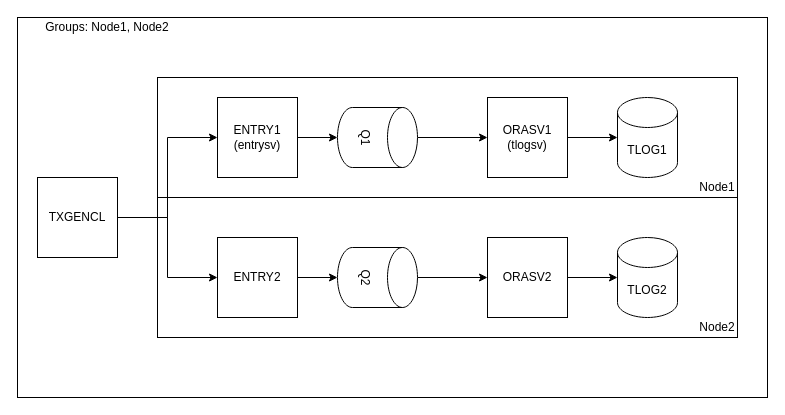
Before: doc/program.drawio in endurox-dev/tuxapp, a draw.io diagram. Source tidied: cells renumbered, new cells numbered last; positions are measured from the earlier drawing's top-left corner, leaving out a move shared by most shapes. Both pictures are drawn from the tidied source at 100%, with x=0, y=0 at pixel (17, 17).
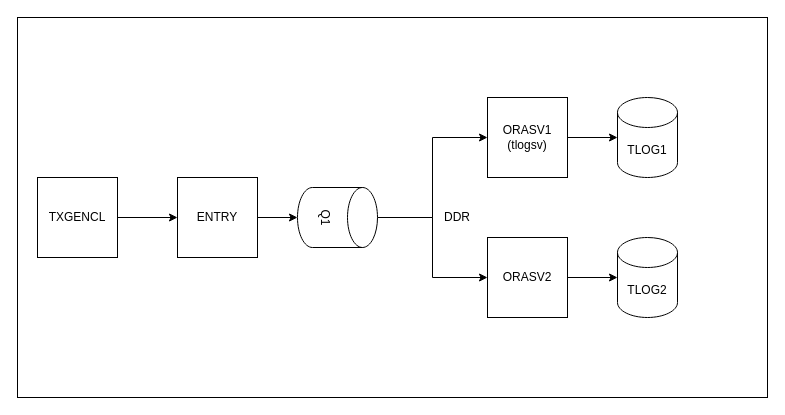
After the change.

Unchanged cells that the change refers to:
```xml
<mxCell id="7" value="TXGENCL" style="whiteSpace=wrap;html=1;" parent="1" vertex="1">
  <mxGeometry x="20" y="160" width="80" height="80" as="geometry" />
</mxCell>
<mxCell id="19" value="ORASV2" style="whiteSpace=wrap;html=1;" parent="1" vertex="1">
  <mxGeometry x="470" y="220" width="80" height="80" as="geometry" />
</mxCell>
```

The edit, as a diff of the source:
```diff
@@
-    <mxCell id="3" style="rounded=0;whiteSpace=wrap;html=1;" parent="1" vertex="1">
-      <mxGeometry x="140" y="60" width="580" height="140" as="geometry" />
-    </mxCell>
-    <mxCell id="4" style="rounded=0;whiteSpace=wrap;html=1;" parent="1" vertex="1">
-      <mxGeometry x="140" y="180" width="580" height="140" as="geometry" />
-    </mxCell>
-    <mxCell id="5" style="edgeStyle=orthogonalEdgeStyle;rounded=0;jettySize=auto;html=1;entryX=0;entryY=0.5;entryDx=0;entryDy=0;" parent="1" edge="1" source="7" target="9">
-      <mxGeometry relative="1" as="geometry" />
-    </mxCell>
-    <mxCell id="6" style="edgeStyle=orthogonalEdgeStyle;rounded=0;jettySize=auto;html=1;entryX=0;entryY=0.5;entryDx=0;entryDy=0;" parent="1" edge="1" source="7" target="11">
+    <mxCell id="6" style="edgeStyle=orthogonalEdgeStyle;rounded=0;jettySize=auto;html=1;entryX=0;entryY=0.5;entryDx=0;entryDy=0;" parent="1" edge="1" source="7" target="27">
       <mxGeometry relative="1" as="geometry" />
     </mxCell>
@@
-    <mxCell id="8" style="edgeStyle=orthogonalEdgeStyle;rounded=0;jettySize=auto;html=1;exitX=1;exitY=0.5;exitDx=0;exitDy=0;entryX=0.5;entryY=1;entryDx=0;entryDy=0;entryPerimeter=0;" parent="1" edge="1" source="9" target="15">
-      <mxGeometry relative="1" as="geometry" />
-    </mxCell>
-    <mxCell id="9" value="ENTRY1&lt;br&gt;(entrysv)" style="whiteSpace=wrap;html=1;" parent="1" vertex="1">
-      <mxGeometry x="200" y="80" width="80" height="80" as="geometry" />
-    </mxCell>
-    <mxCell id="10" style="edgeStyle=orthogonalEdgeStyle;rounded=0;jettySize=auto;html=1;" parent="1" edge="1" source="11" target="13">
-      <mxGeometry relative="1" as="geometry" />
-    </mxCell>
-    <mxCell id="11" value="ENTRY2" style="whiteSpace=wrap;html=1;" parent="1" vertex="1">
-      <mxGeometry x="200" y="220" width="80" height="80" as="geometry" />
-    </mxCell>
-    <mxCell id="12" style="edgeStyle=orthogonalEdgeStyle;rounded=0;jettySize=auto;html=1;exitX=0.5;exitY=0;exitDx=0;exitDy=0;exitPerimeter=0;" parent="1" edge="1" source="13" target="19">
+    <mxCell id="12" style="edgeStyle=orthogonalEdgeStyle;rounded=0;jettySize=auto;html=1;exitX=0.5;exitY=0;exitDx=0;exitDy=0;exitPerimeter=0;" parent="1" edge="1" source="15" target="19">
       <mxGeometry relative="1" as="geometry" />
     </mxCell>
-    <mxCell id="13" value="Q2" style="shape=cylinder3;whiteSpace=wrap;html=1;boundedLbl=1;backgroundOutline=1;size=15;rotation=90;" parent="1" vertex="1">
-      <mxGeometry x="330" y="220" width="60" height="80" as="geometry" />
-    </mxCell>
@@
     <mxCell id="15" value="Q1" style="shape=cylinder3;whiteSpace=wrap;html=1;boundedLbl=1;backgroundOutline=1;size=15;rotation=90;" parent="1" vertex="1">
-      <mxGeometry x="330" y="80" width="60" height="80" as="geometry" />
+      <mxGeometry x="290" y="160" width="60" height="80" as="geometry" />
     </mxCell>
@@
-    <mxCell id="22" value="Groups: Node1, Node2" style="text;html=1;strokeColor=none;fillColor=none;align=center;verticalAlign=middle;whiteSpace=wrap;rounded=0;" parent="1" vertex="1">
-      <mxGeometry width="180" height="20" as="geometry" />
-    </mxCell>
-    <mxCell id="23" value="Node1" style="text;html=1;strokeColor=none;fillColor=none;align=center;verticalAlign=middle;whiteSpace=wrap;rounded=0;" parent="1" vertex="1">
-      <mxGeometry x="680" y="160" width="40" height="20" as="geometry" />
-    </mxCell>
-    <mxCell id="24" value="Node2" style="text;html=1;strokeColor=none;fillColor=none;align=center;verticalAlign=middle;whiteSpace=wrap;rounded=0;" parent="1" vertex="1">
-      <mxGeometry x="680" y="300" width="40" height="20" as="geometry" />
-    </mxCell>
+    <mxCell id="25" value="DDR" style="text;html=1;strokeColor=none;fillColor=none;align=center;verticalAlign=middle;whiteSpace=wrap;rounded=0;" parent="1" vertex="1">
+      <mxGeometry x="420" y="190" width="40" height="20" as="geometry" />
+    </mxCell>
+    <mxCell id="26" style="edgeStyle=orthogonalEdgeStyle;rounded=0;jettySize=auto;html=1;entryX=0.5;entryY=1;entryDx=0;entryDy=0;entryPerimeter=0;" parent="1" edge="1" source="27" target="15">
+      <mxGeometry relative="1" as="geometry" />
+    </mxCell>
+    <mxCell id="27" value="ENTRY" style="whiteSpace=wrap;html=1;" parent="1" vertex="1">
+      <mxGeometry x="160" y="160" width="80" height="80" as="geometry" />
+    </mxCell>
```
